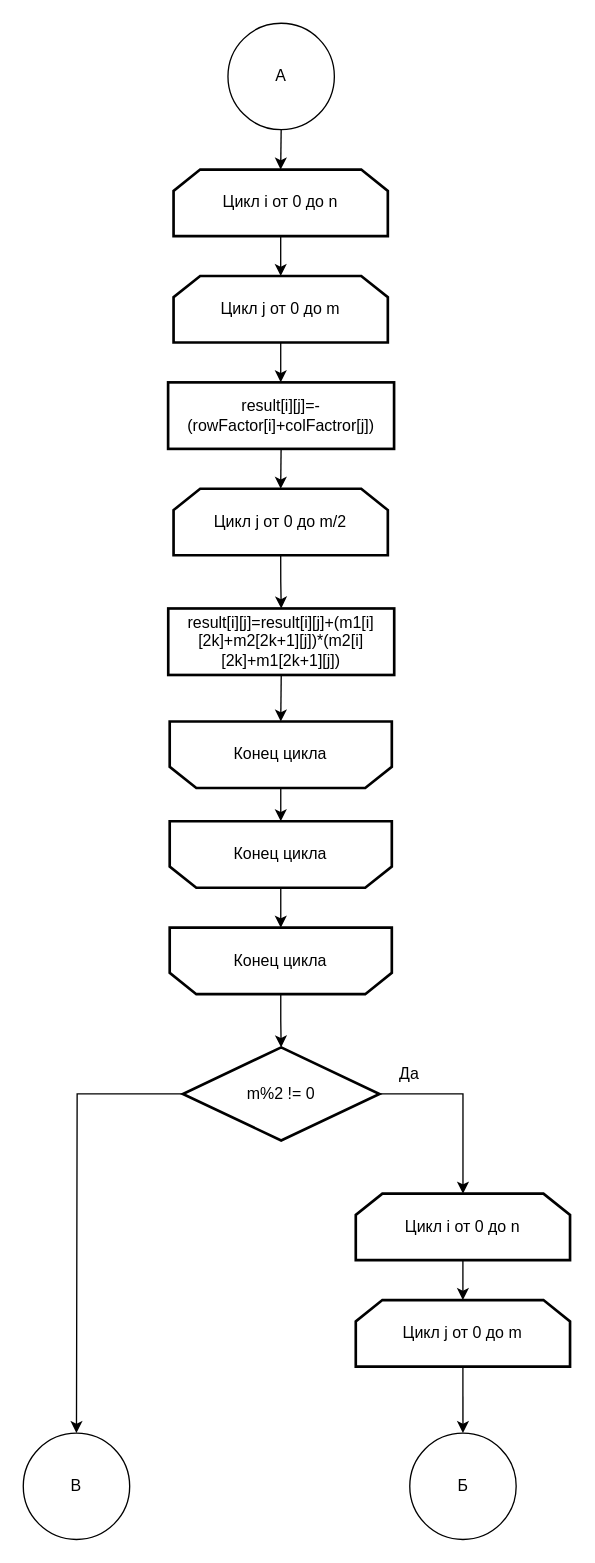
Before: page "Страница 2" (2 of 3) of Лаб2/Отчет/src/vino1.drawio in seregadanser/BMSTU_AA_Labs, a draw.io diagram. Source tidied: cells renumbered, new cells numbered last; positions are measured from the earlier drawing's top-left corner, leaving out a move shared by most shapes. Both pictures are drawn from the tidied source at 133%, with x=0, y=0 at pixel (23, 23).
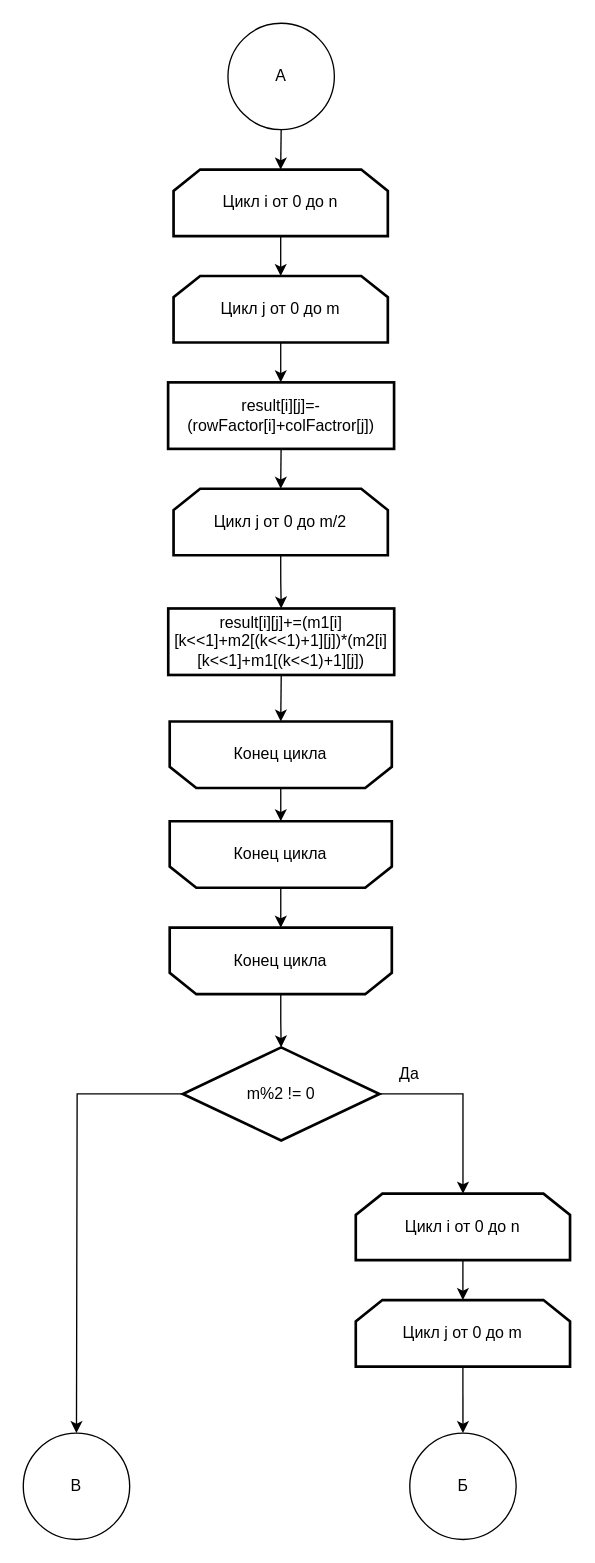
The same page after the edit.

What changed in the source:
```diff
@@
-    <mxCell id="16" value="result[i][j]=result[i][j]+(m1[i][2k]+m2[2k+1][j])*(m2[i][2k]+m1[2k+1][j])" style="rounded=0;whiteSpace=wrap;html=1;absoluteArcSize=1;arcSize=14;strokeWidth=2;" parent="1" vertex="1">
+    <mxCell id="16" value="result[i][j]+=(m1[i][k&amp;lt;&amp;lt;1]+m2[(k&amp;lt;&amp;lt;1)+1][j])*(m2[i][k&amp;lt;&amp;lt;1]+m1[(k&amp;lt;&amp;lt;1)+1][j])" style="rounded=0;whiteSpace=wrap;html=1;absoluteArcSize=1;arcSize=14;strokeWidth=2;" parent="1" vertex="1">
       <mxGeometry x="109" y="440" width="169.9" height="50" as="geometry" />
     </mxCell>
```
